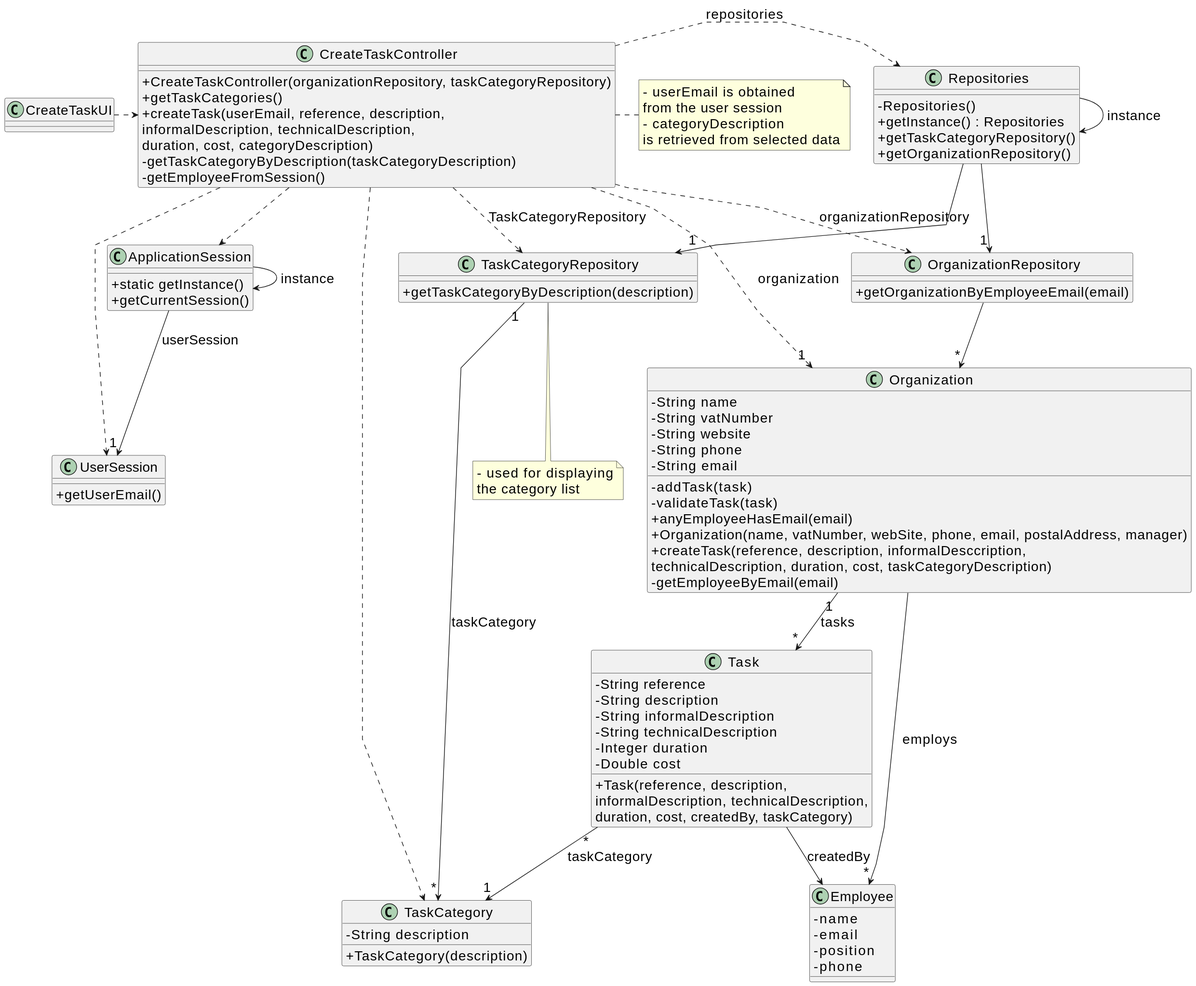
This is docs/sprintB/us003/03.design/svg/us003-class-diagram.svg from diogoveirospro/lei-24-s2-1dg-g072, a PlantUML export, as it was before one commit.
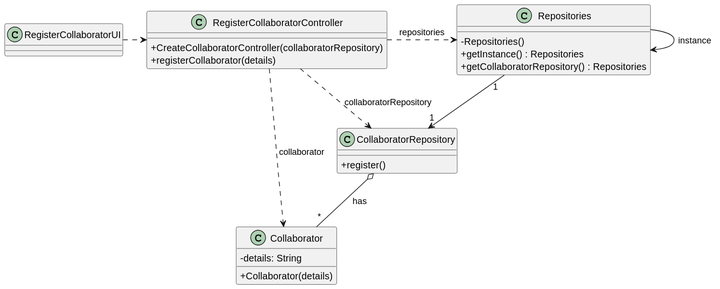
The same diagram one commit later.

What changed in the source:
```diff
@@ -1,5 +1,4 @@
 @startuml
-skinparamlocked defaultFontSize 20
 skinparam packageStyle rectangle
 skinparam shadowing false
 skinparam linetype polyline
@@ -7,120 +6,38 @@
 skinparam classAttributeIconSize 0
 
 
-class ApplicationSession
-{
-    + static getInstance()
-    + getCurrentSession()
+class Collaborator {
+    - details: String
+
+    + Collaborator(details)
 }
 
-class UserSession
-{
-    + getUserEmail()
-}
 
-class Employee {
-    - name
-    - email
-    - position
-    - phone
-}
-
-class Task {
-    - String reference
-    - String description
-    - String informalDescription
-    - String technicalDescription
-    - Integer duration
-    - Double cost
-
-    + Task(reference, description,\ninformalDescription, technicalDescription,\nduration, cost, createdBy, taskCategory)
-}
-
-class TaskCategory {
-    - String description
-
-    + TaskCategory(description)
-}
-
-class Organization {
-    - String name
-    - String vatNumber
-    - String website
-    - String phone
-    - String email
-
-    - addTask(task)
-    - validateTask(task)
-    + anyEmployeeHasEmail(email)
-    + Organization(name, vatNumber, webSite, phone, email, postalAddress, manager)
-    + createTask(reference, description, informalDesccription,\ntechnicalDescription, duration, cost, taskCategoryDescription)
-    - getEmployeeByEmail(email)
+class RegisterCollaboratorUI {
 
 }
 
-class TaskCategoryRepository {
-    + getTaskCategoryByDescription(description)
-}
-
-class OrganizationRepository {
-    + getOrganizationByEmployeeEmail(email)
+class RegisterCollaboratorController {
+    + CreateCollaboratorController(collaboratorRepository)
+    + registerCollaborator(details)
 }
 
 class Repositories {
     - Repositories()
     + getInstance() : Repositories
-    + getTaskCategoryRepository()
-    + getOrganizationRepository()
+    + getCollaboratorRepository() : Repositories
 }
 
-class CreateTaskController {
-    + CreateTaskController(organizationRepository, taskCategoryRepository)
-    + getTaskCategories()
-    + createTask(userEmail, reference, description,\ninformalDescription, technicalDescription,\nduration, cost, categoryDescription)
-    - getTaskCategoryByDescription(taskCategoryDescription)
-    - getEmployeeFromSession()
+class CollaboratorRepository {
+    + register()
 }
 
-note right of CreateTaskController
-    - userEmail is obtained
-    from the user session
-    - categoryDescription
-    is retrieved from selected data
-end note
 
-note bottom of TaskCategoryRepository
-    - used for displaying
-    the category list
-end note
-
-class CreateTaskUI {
-}
-
-Repositories -> Repositories : instance
-ApplicationSession -> ApplicationSession : instance
-
-CreateTaskUI .> CreateTaskController
-
-CreateTaskController .> Repositories : repositories
-
-Repositories -> "1" TaskCategoryRepository
-
-CreateTaskController ..> TaskCategory
-CreateTaskController ..> OrganizationRepository : organizationRepository
-CreateTaskController ..> TaskCategoryRepository : TaskCategoryRepository
-
-Repositories --> "1" OrganizationRepository
-
-OrganizationRepository --> "*" Organization
-ApplicationSession --> "1" UserSession : userSession
-
-CreateTaskController ..> "1" Organization : organization
-CreateTaskController ..> ApplicationSession
-CreateTaskController ..> UserSession
-Task "*" --> "1" TaskCategory : taskCategory
-TaskCategoryRepository "1" --> "*" TaskCategory : taskCategory
-Organization "1" --> "*" Task : tasks
-Task --> Employee : createdBy
-
-Organization --> "*" Employee : employs
+RegisterCollaboratorUI .> RegisterCollaboratorController
+RegisterCollaboratorController .> Repositories : repositories
+Repositories --> Repositories : instance
+Repositories "1" --> "1" CollaboratorRepository
+CollaboratorRepository o-- "*" Collaborator : has
+RegisterCollaboratorController .> CollaboratorRepository : collaboratorRepository
+RegisterCollaboratorController .> Collaborator : collaborator
 @enduml
```
